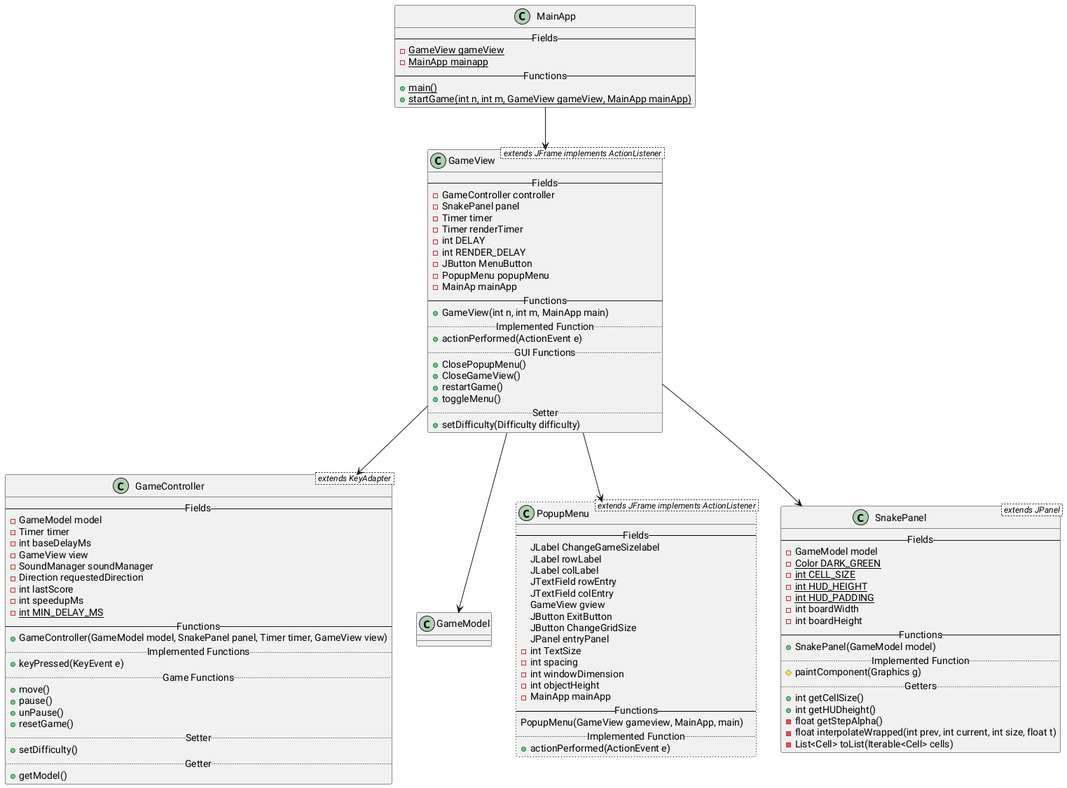
Before: ClassDiagram.png, a diagram exported from PlantUML (CamerJunker/Snake).
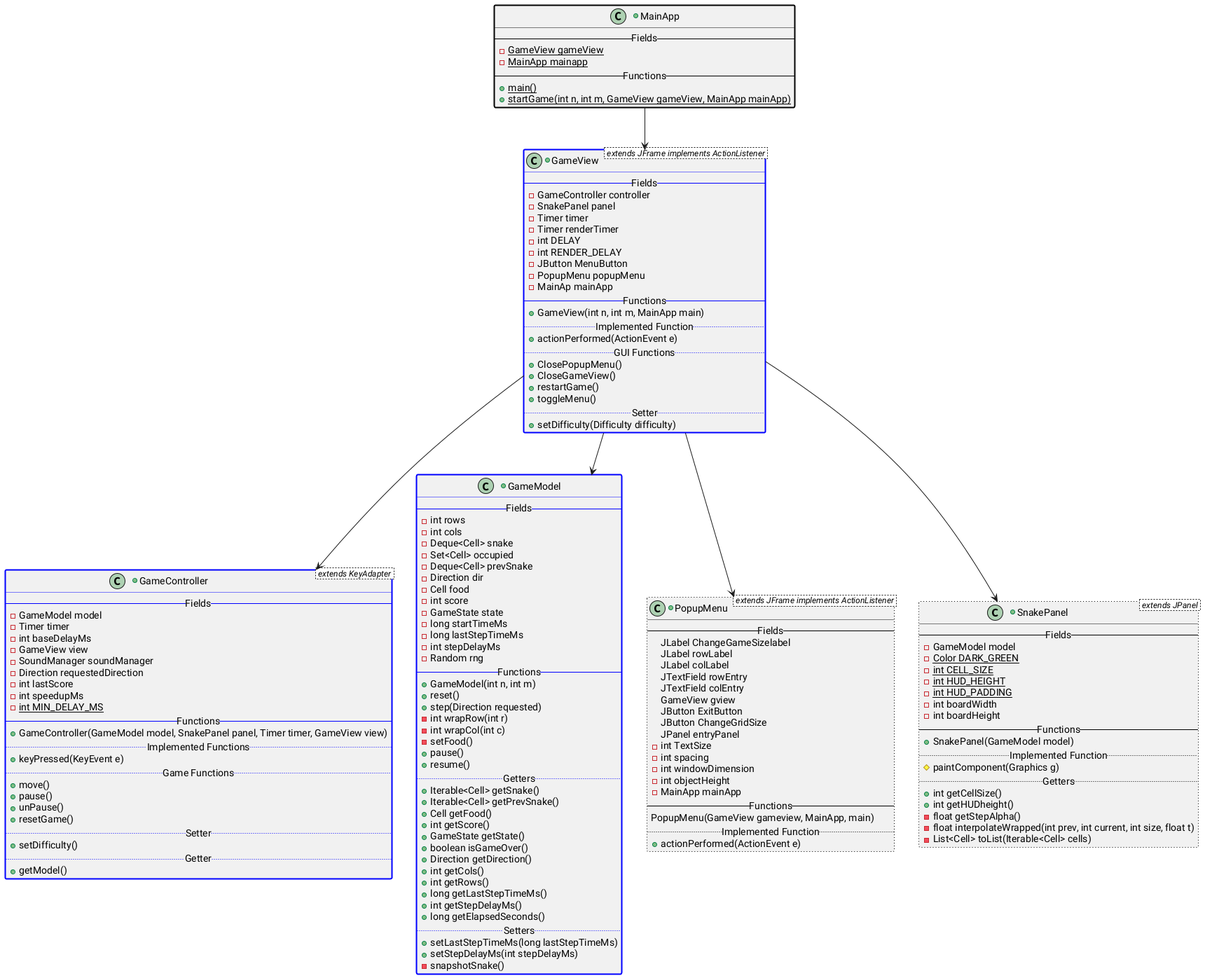
Later version of the same file.

Commit message:
Skrevet GameModel i ClassDiagram.txt og formatteret lidt mere

Change to the diagram source:
```diff
@@ -5,7 +5,7 @@
 GameView --> PopupMenu
 GameView --> SnakePanel
 
-class MainApp {
++class MainApp ##[bold]black{
     -- Fields --
     -{static}GameView gameView
     -{static}MainApp mainapp
@@ -14,7 +14,7 @@
     +{static}startGame(int n, int m, GameView gameView, MainApp mainApp)
 }
 
-class GameView < extends JFrame implements ActionListener > {
++class GameView < extends JFrame implements ActionListener > ##[bold]blue {
     -- Fields --
     -GameController controller
     -SnakePanel panel
@@ -38,7 +38,7 @@
     +setDifficulty(Difficulty difficulty)
 }
 
-class GameController < extends KeyAdapter > {
++class GameController < extends KeyAdapter > ##[bold]blue {
     -- Fields --
     -GameModel model
     -Timer timer
@@ -64,7 +64,7 @@
     +getModel()
 }
 
-class PopupMenu < extends JFrame implements ActionListener > ##[dotted]black {
++class PopupMenu < extends JFrame implements ActionListener > ##[dotted]black {
     -- Fields --
     JLabel ChangeGameSizelabel
     JLabel rowLabel
@@ -86,7 +86,7 @@
     +actionPerformed(ActionEvent e)
 }
 
-class SnakePanel < extends JPanel > {
++class SnakePanel < extends JPanel > ##[dotted]black {
     -- Fields --
     -GameModel model
     -{static} Color DARK_GREEN
@@ -106,4 +106,47 @@
     -float interpolateWrapped(int prev, int current, int size, float t)
     -List<Cell> toList(Iterable<Cell> cells)
 }
+
++class GameModel ##[bold]blue {
+    -- Fields --
+    -int rows
+    -int cols
+    -Deque<Cell> snake
+    -Set<Cell> occupied
+    -Deque<Cell> prevSnake
+    -Direction dir
+    -Cell food
+    -int score
+    -GameState state
+    -long startTimeMs
+    -long lastStepTimeMs
+    -int stepDelayMs
+    -Random rng
+    -- Functions --
+    +GameModel(int n, int m)
+    +reset()
+    +step(Direction requested)
+    -int wrapRow(int r)
+    -int wrapCol(int c)
+    -setFood()
+    +pause()
+    +resume()
+    .. Getters ..
+    +Iterable<Cell> getSnake()
+    +Iterable<Cell> getPrevSnake()
+    +Cell getFood()
+    +int getScore()
+    +GameState getState()
+    +boolean isGameOver()
+    +Direction getDirection()
+    +int getCols()
+    +int getRows()
+    +long getLastStepTimeMs()
+    +int getStepDelayMs()
+    +long getElapsedSeconds()
+    .. Setters ..
+    +setLastStepTimeMs(long lastStepTimeMs)
+    +setStepDelayMs(int stepDelayMs)
+    -snapshotSnake()
+}
 @enduml
```
